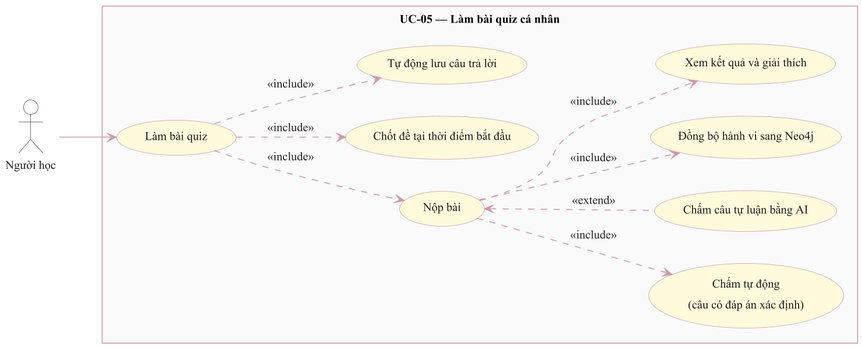
Before: bao-cao-datn/assets/hinh-2.8.png, a diagram exported from PlantUML (NguyenDuc2004/QUIZ-TRIVIA). Its diagram source:
```plantuml
@startuml

skinparam dpi 150
skinparam defaultFontName "Times New Roman"
skinparam defaultFontSize 13
skinparam shadowing false
skinparam roundCorner 0
skinparam ArrowColor #C99AAB
skinparam ArrowFontColor #202020
skinparam Padding 4
skinparam ParticipantPadding 18
skinparam BoxPadding 8
skinparam SequenceMessageAlign center
skinparam guillemet false

skinparam usecase {
  BackgroundColor #FFFADC
  BorderColor #C99AAB
  FontColor #1a1a1a
}
skinparam actor {
  BackgroundColor #FFFFFF
  BorderColor #404040
  FontColor #1a1a1a
}
skinparam rectangle {
  BackgroundColor #FAFAFA
  BorderColor #808080
}

skinparam sequence {
  ArrowColor #C99AAB
  ArrowThickness 1
  LifeLineBorderColor #C99AAB
  LifeLineBackgroundColor #FFFFFF
  ParticipantBackgroundColor #FFFADC
  ParticipantBorderColor #C99AAB
  ParticipantFontColor #1a1a1a
  ParticipantFontSize 12
  ActorBackgroundColor #FFFFFF
  ActorBorderColor #404040
  GroupBorderColor #C99AAB
  GroupBackgroundColor #FFF5F8
  BoxBorderColor #C99AAB
}

skinparam class {
  BackgroundColor #FFFADC
  BorderColor #C99AAB
  HeaderBackgroundColor #FFEFC4
  AttributeFontColor #1a1a1a
  FontColor #1a1a1a
  ArrowColor #C99AAB
  AttributeFontSize 12
  FontSize 13
}
skinparam stereotype {
  CBackgroundColor #FFF1A8
  CBorderColor #C99AAB
  EBackgroundColor #FFF1A8
  EBorderColor #C99AAB
  ABackgroundColor #FFF1A8
  ABorderColor #C99AAB
}

left to right direction
actor "Người học" as L
rectangle "UC-05 — Làm bài quiz cá nhân" {
  usecase "Làm bài quiz" as U1
  usecase "Chốt đề tại thời điểm bắt đầu" as U2
  usecase "Tự động lưu câu trả lời" as U3
  usecase "Nộp bài" as U4
  usecase "Chấm tự động\n(câu có đáp án xác định)" as U5
  usecase "Chấm câu tự luận bằng AI" as U6
  usecase "Đồng bộ hành vi sang Neo4j" as U7
  usecase "Xem kết quả và giải thích" as U8
}
L --> U1
U1 ..> U2 : <<include>>
U1 ..> U3 : <<include>>
U1 ..> U4 : <<include>>
U4 ..> U5 : <<include>>
U4 ..> U7 : <<include>>
U4 ..> U8 : <<include>>
U6 .up.> U4 : <<extend>>
@enduml
```
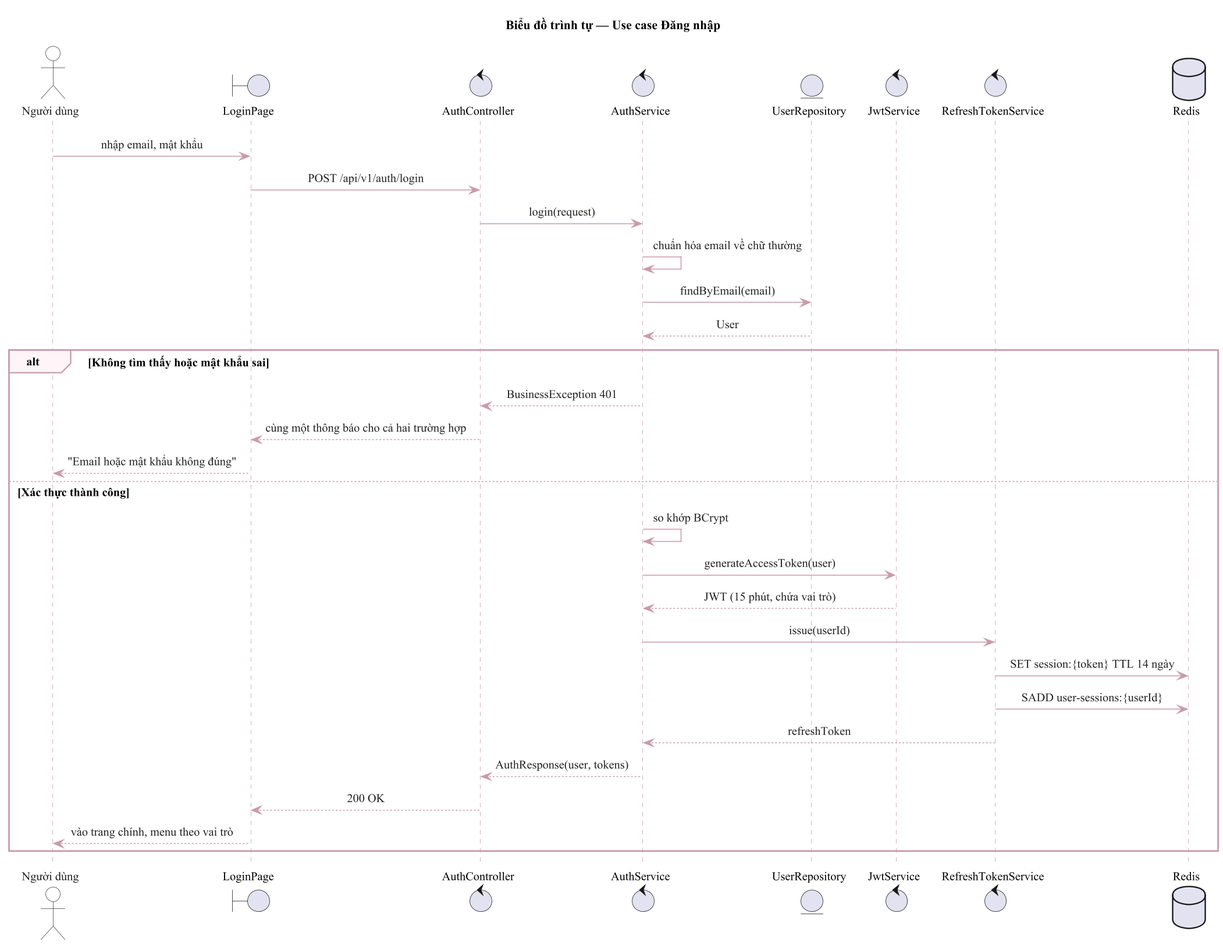
The same diagram one commit later.

Change to the diagram source:
```diff
@@ -63,24 +63,37 @@
   ABorderColor #C99AAB
 }
 
-left to right direction
-actor "Người học" as L
-rectangle "UC-05 — Làm bài quiz cá nhân" {
-  usecase "Làm bài quiz" as U1
-  usecase "Chốt đề tại thời điểm bắt đầu" as U2
-  usecase "Tự động lưu câu trả lời" as U3
-  usecase "Nộp bài" as U4
-  usecase "Chấm tự động\n(câu có đáp án xác định)" as U5
-  usecase "Chấm câu tự luận bằng AI" as U6
-  usecase "Đồng bộ hành vi sang Neo4j" as U7
-  usecase "Xem kết quả và giải thích" as U8
-}
-L --> U1
-U1 ..> U2 : <<include>>
-U1 ..> U3 : <<include>>
-U1 ..> U4 : <<include>>
-U4 ..> U5 : <<include>>
-U4 ..> U7 : <<include>>
-U4 ..> U8 : <<include>>
-U6 .up.> U4 : <<extend>>
+title Biểu đồ trình tự — Use case Đăng nhập
+
+actor "Người dùng" as U
+boundary "LoginPage" as B
+control "AuthController" as CT
+control "AuthService" as S
+entity "UserRepository" as R
+control "JwtService" as J
+control "RefreshTokenService" as RT
+database "Redis" as RD
+
+U -> B : nhập email, mật khẩu
+B -> CT : POST /api/v1/auth/login
+CT -> S : login(request)
+S -> S : chuẩn hóa email về chữ thường
+S -> R : findByEmail(email)
+R --> S : User
+alt Không tìm thấy hoặc mật khẩu sai
+  S --> CT : BusinessException 401
+  CT --> B : cùng một thông báo cho cả hai trường hợp
+  B --> U : "Email hoặc mật khẩu không đúng"
+else Xác thực thành công
+  S -> S : so khớp BCrypt
+  S -> J : generateAccessToken(user)
+  J --> S : JWT (15 phút, chứa vai trò)
+  S -> RT : issue(userId)
+  RT -> RD : SET session:{token} TTL 14 ngày
+  RT -> RD : SADD user-sessions:{userId}
+  RT --> S : refreshToken
+  S --> CT : AuthResponse(user, tokens)
+  CT --> B : 200 OK
+  B --> U : vào trang chính, menu theo vai trò
+end
 @enduml
```
